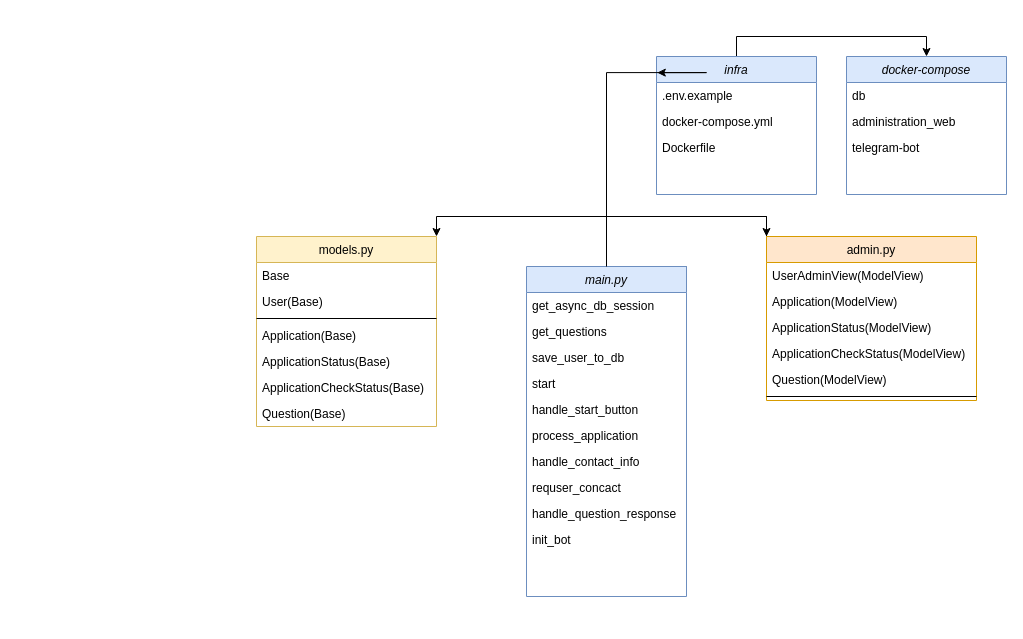
The draw.io diagram Диаграмма.drawio in hixwizard/async_bot, before the edit. Source tidied: cells renumbered, new cells numbered last; positions are measured from the earlier drawing's top-left corner, leaving out a move shared by most shapes. Both pictures are drawn from the tidied source at 100%, with x=0, y=0 at pixel (256, 56).
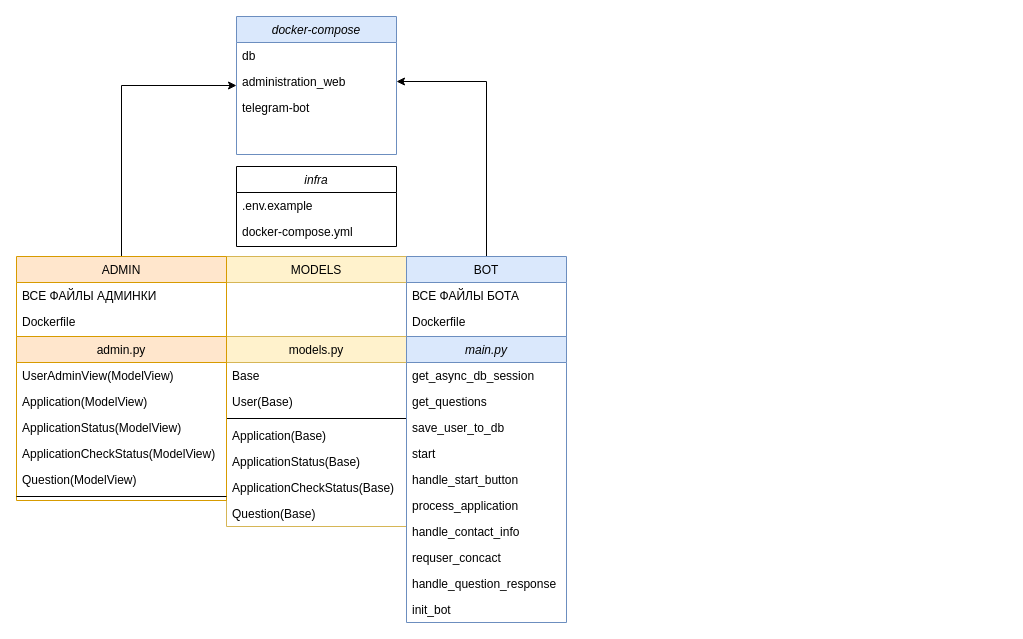
The same page after the edit.

Commit message:
Обновить диаграмму

Unchanged cells that the change refers to:
```xml
<mxCell id="37" value="administration_web" style="text;align=left;verticalAlign=top;spacingLeft=4;spacingRight=4;overflow=hidden;points=[[0,0.5],[1,0.5]];portConstraint=eastwest;" parent="35" vertex="1">
  <mxGeometry y="52" width="160" height="26" as="geometry" />
</mxCell>
```

Diff of the diagram source:
```diff
@@
     <mxCell id="2" value="models.py" style="swimlane;fontStyle=0;align=center;verticalAlign=top;horizontal=1;startSize=26;rounded=0;shadow=0;strokeWidth=1;fillColor=#fff2cc;strokeColor=#d6b656;" parent="1" vertex="1">
-      <mxGeometry y="180" width="180" height="190" as="geometry" />
+      <mxGeometry x="-30" y="280" width="180" height="190" as="geometry" />
     </mxCell>
@@
-    <mxCell id="10" style="edgeStyle=orthogonalEdgeStyle;rounded=0;jettySize=auto;html=1;exitX=0;exitY=0;exitDx=0;exitDy=0;entryX=1;entryY=0;entryDx=0;entryDy=0;" parent="1" edge="1" source="11" target="2">
-      <mxGeometry relative="1" as="geometry">
-        <Array as="points">
-          <mxPoint x="510" y="160" />
-          <mxPoint x="180" y="160" />
-        </Array>
-      </mxGeometry>
-    </mxCell>
     <mxCell id="11" value="admin.py" style="swimlane;fontStyle=0;align=center;verticalAlign=top;horizontal=1;startSize=26;rounded=0;shadow=0;strokeWidth=1;fillColor=#ffe6cc;strokeColor=#d79b00;" parent="1" vertex="1">
-      <mxGeometry x="510" y="180" width="210" height="164" as="geometry" />
+      <mxGeometry x="-240" y="280" width="210" height="164" as="geometry" />
     </mxCell>
@@
-    <mxCell id="18" style="edgeStyle=orthogonalEdgeStyle;rounded=0;jettySize=auto;html=1;exitX=1;exitY=0;exitDx=0;exitDy=0;entryX=0;entryY=0;entryDx=0;entryDy=0;" parent="1" edge="1" source="19" target="11">
-      <mxGeometry relative="1" as="geometry">
-        <Array as="points">
-          <mxPoint x="350" y="210" />
-          <mxPoint x="350" y="160" />
-          <mxPoint x="510" y="160" />
-        </Array>
-      </mxGeometry>
-    </mxCell>
     <mxCell id="19" value="main.py" style="swimlane;fontStyle=2;align=center;verticalAlign=top;horizontal=1;startSize=26;rounded=0;shadow=0;strokeWidth=1;fillColor=#dae8fc;strokeColor=#6c8ebf;" parent="1" vertex="1">
-      <mxGeometry x="270" y="210" width="160" height="330" as="geometry" />
+      <mxGeometry x="150" y="280" width="160" height="286" as="geometry" />
     </mxCell>
@@
-    <mxCell id="30" style="edgeStyle=orthogonalEdgeStyle;rounded=0;jettySize=auto;html=1;exitX=0.5;exitY=0;exitDx=0;exitDy=0;entryX=0.5;entryY=0;entryDx=0;entryDy=0;" parent="1" edge="1" source="31" target="35">
-      <mxGeometry relative="1" as="geometry" />
-    </mxCell>
-    <mxCell id="31" value="infra" style="swimlane;fontStyle=2;align=center;verticalAlign=top;horizontal=1;startSize=26;rounded=0;shadow=0;strokeWidth=1;fillColor=#dae8fc;strokeColor=#6c8ebf;" parent="1" vertex="1">
-      <mxGeometry x="400" width="160" height="138" as="geometry" />
+    <mxCell id="31" value="infra" style="swimlane;fontStyle=2;align=center;verticalAlign=top;horizontal=1;startSize=26;rounded=0;shadow=0;strokeWidth=1;" parent="1" vertex="1">
+      <mxGeometry x="-20" y="110" width="160" height="80" as="geometry" />
     </mxCell>
@@
-    <mxCell id="34" value="Dockerfile" style="text;align=left;verticalAlign=top;spacingLeft=4;spacingRight=4;overflow=hidden;" parent="31" vertex="1">
-      <mxGeometry y="78" width="160" height="26" as="geometry" />
-    </mxCell>
     <mxCell id="35" value="docker-compose" style="swimlane;fontStyle=2;align=center;verticalAlign=top;horizontal=1;startSize=26;rounded=0;shadow=0;strokeWidth=1;fillColor=#dae8fc;strokeColor=#6c8ebf;" parent="1" vertex="1">
-      <mxGeometry x="590" width="160" height="138" as="geometry" />
+      <mxGeometry x="-20" y="-40" width="160" height="138" as="geometry" />
     </mxCell>
@@
-    <mxCell id="39" style="edgeStyle=orthogonalEdgeStyle;rounded=0;jettySize=auto;html=1;entryX=0.005;entryY=0.117;entryDx=0;entryDy=0;entryPerimeter=0;" parent="1" edge="1" source="19" target="31">
-      <mxGeometry relative="1" as="geometry" />
-    </mxCell>
+    <mxCell id="40" value="MODELS" style="swimlane;fontStyle=0;align=center;verticalAlign=top;horizontal=1;startSize=26;rounded=0;shadow=0;strokeWidth=1;fillColor=#fff2cc;strokeColor=#d6b656;" parent="1" vertex="1">
+      <mxGeometry x="-30" y="200" width="180" height="80" as="geometry" />
+    </mxCell>
+    <mxCell id="41" style="edgeStyle=orthogonalEdgeStyle;rounded=0;jettySize=auto;html=1;exitX=0.5;exitY=0;exitDx=0;exitDy=0;entryX=1;entryY=0.5;entryDx=0;entryDy=0;" parent="1" edge="1" source="42" target="37">
+      <mxGeometry relative="1" as="geometry" />
+    </mxCell>
+    <mxCell id="42" value="BOT" style="swimlane;fontStyle=0;align=center;verticalAlign=top;horizontal=1;startSize=26;rounded=0;shadow=0;strokeWidth=1;fillColor=#dae8fc;strokeColor=#6c8ebf;" parent="1" vertex="1">
+      <mxGeometry x="150" y="200" width="160" height="80" as="geometry" />
+    </mxCell>
+    <mxCell id="43" value="ВСЕ ФАЙЛЫ БОТА" style="text;align=left;verticalAlign=top;spacingLeft=4;spacingRight=4;overflow=hidden;" parent="42" vertex="1">
+      <mxGeometry y="26" width="160" height="26" as="geometry" />
+    </mxCell>
+    <mxCell id="34" value="Dockerfile" style="text;align=left;verticalAlign=top;spacingLeft=4;spacingRight=4;overflow=hidden;" parent="42" vertex="1">
+      <mxGeometry y="52" width="160" height="26" as="geometry" />
+    </mxCell>
+    <mxCell id="44" style="edgeStyle=orthogonalEdgeStyle;rounded=0;jettySize=auto;html=1;exitX=0.5;exitY=0;exitDx=0;exitDy=0;entryX=0;entryY=0.5;entryDx=0;entryDy=0;" parent="1" edge="1" source="45" target="35">
+      <mxGeometry relative="1" as="geometry" />
+    </mxCell>
+    <mxCell id="45" value="ADMIN" style="swimlane;fontStyle=0;align=center;verticalAlign=top;horizontal=1;startSize=26;rounded=0;shadow=0;strokeWidth=1;fillColor=#ffe6cc;strokeColor=#d79b00;" parent="1" vertex="1">
+      <mxGeometry x="-240" y="200" width="210" height="80" as="geometry" />
+    </mxCell>
+    <mxCell id="46" value="ВСЕ ФАЙЛЫ АДМИНКИ" style="text;align=left;verticalAlign=top;spacingLeft=4;spacingRight=4;overflow=hidden;" parent="45" vertex="1">
+      <mxGeometry y="26" width="210" height="26" as="geometry" />
+    </mxCell>
+    <mxCell id="47" value="Dockerfile" style="text;align=left;verticalAlign=top;spacingLeft=4;spacingRight=4;overflow=hidden;" parent="45" vertex="1">
+      <mxGeometry y="52" width="210" height="26" as="geometry" />
+    </mxCell>
```
